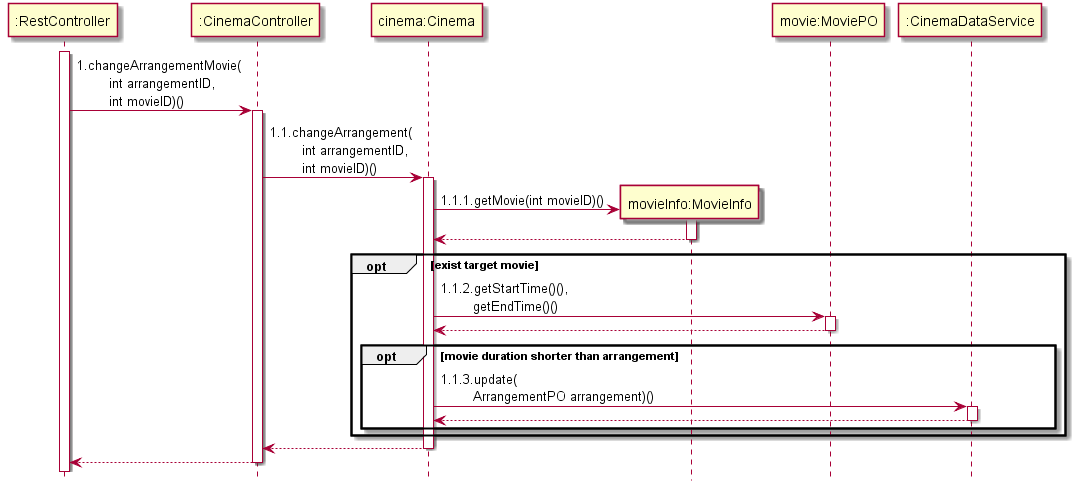
The PlantUML diagram docTask4/cinemabl_sd_changeMovie.png in Lovell-918/UMLImage, before a commit.
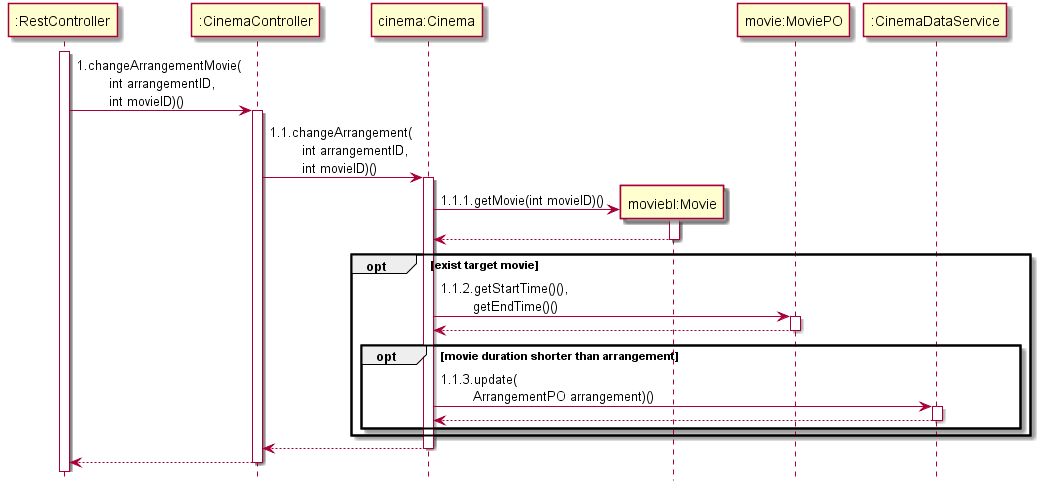
The same file after the commit.

What changed in the source:
```diff
@@ -12,7 +12,7 @@
 cinemacontroller -> cinema : 1.1.changeArrangement(\n\tint arrangementID,\n\tint movieID)()
 activate cinema
 
-create participant movie as "movieInfo:MovieInfo"
+create participant movie as "moviebl:Movie"
 cinema -> movie : 1.1.1.getMovie(int movieID)()
 activate movie
 return
```
